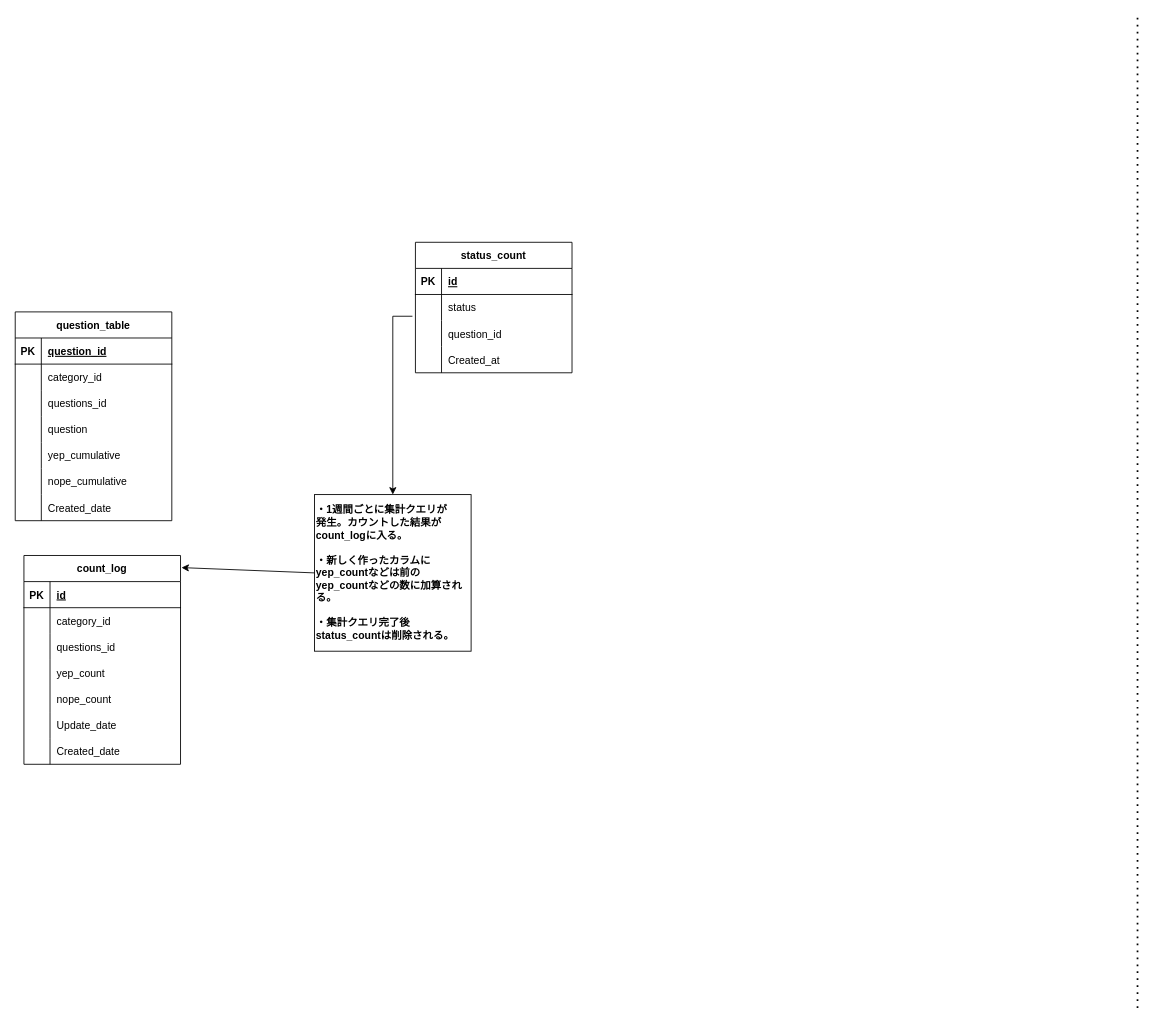
Above: page "プロとDB" (1 of 5) of Untitled Diagram.drawio in ryo-n-cell/aruaruSet (draw.io), before the change. Source tidied: cells renumbered, new cells numbered last; positions are measured from the earlier drawing's top-left corner, leaving out a move shared by most shapes. Both pictures are drawn from the tidied source at 87%, with x=0, y=0 at pixel (15, 16).
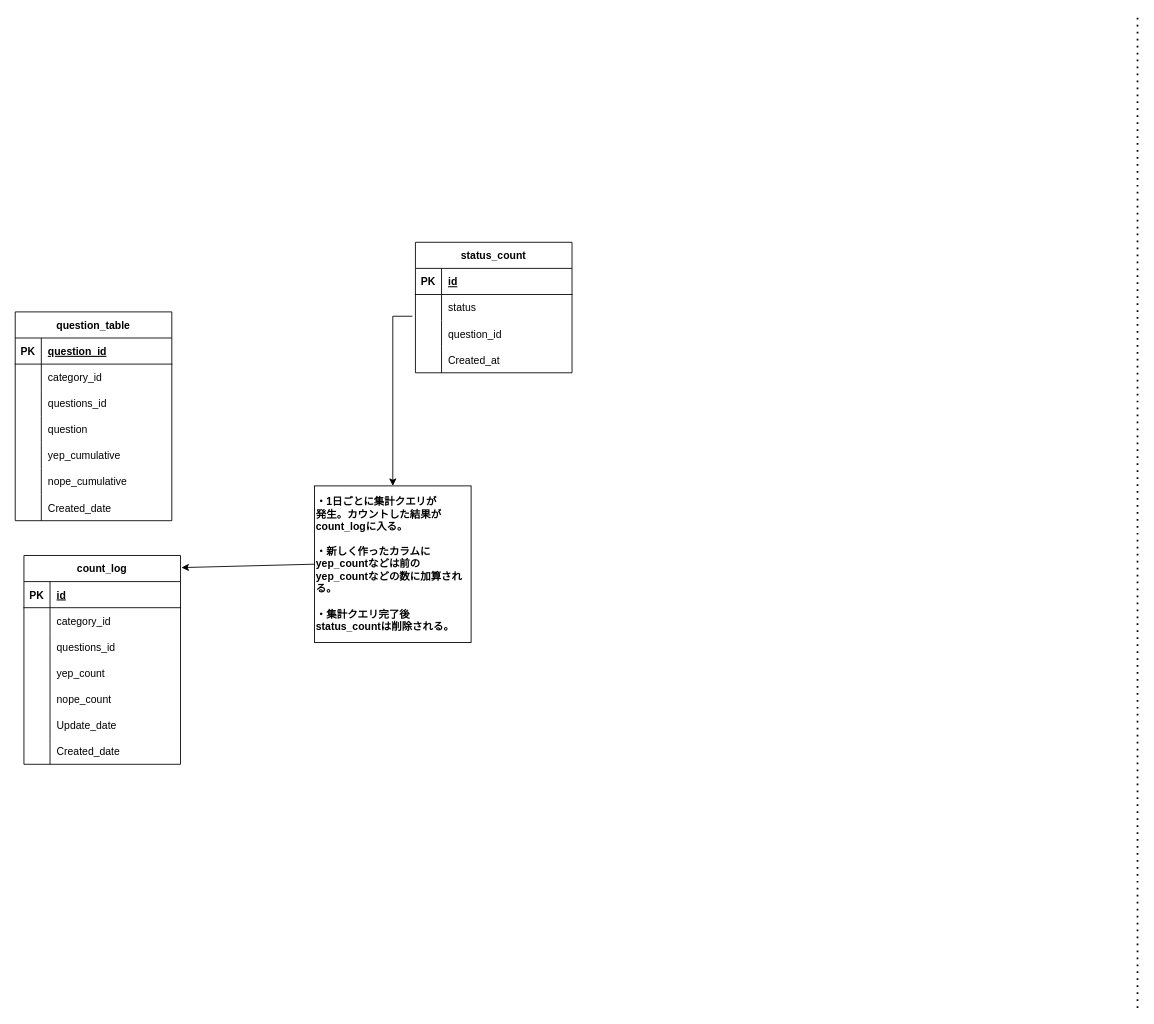
The same page after the edit.

Diff of the diagram source:
```diff
@@
-    <mxCell id="15" value="・1週間ごとに集計クエリが&lt;br&gt;発生。カウントした結果が&lt;br&gt;count_logに入る。&lt;br&gt;&lt;br&gt;・新しく作ったカラムに&lt;br&gt;yep_countなどは前の&lt;br&gt;yep_countなどの数に加算される。&lt;br&gt;&lt;br&gt;・集計クエリ完了後&lt;br&gt;status_countは削除される。" style="whiteSpace=wrap;html=1;fontStyle=1;startSize=30;align=left;" parent="1" vertex="1">
-      <mxGeometry x="344" y="550" width="180" height="180" as="geometry" />
+    <mxCell id="15" value="・1日ごとに集計クエリが&lt;br&gt;発生。カウントした結果が&lt;br&gt;count_logに入る。&lt;br&gt;&lt;br&gt;・新しく作ったカラムに&lt;br&gt;yep_countなどは前の&lt;br&gt;yep_countなどの数に加算される。&lt;br&gt;&lt;br&gt;・集計クエリ完了後&lt;br&gt;status_countは削除される。" style="whiteSpace=wrap;html=1;fontStyle=1;startSize=30;align=left;" parent="1" vertex="1">
+      <mxGeometry x="344" y="540" width="180" height="180" as="geometry" />
     </mxCell>
```
